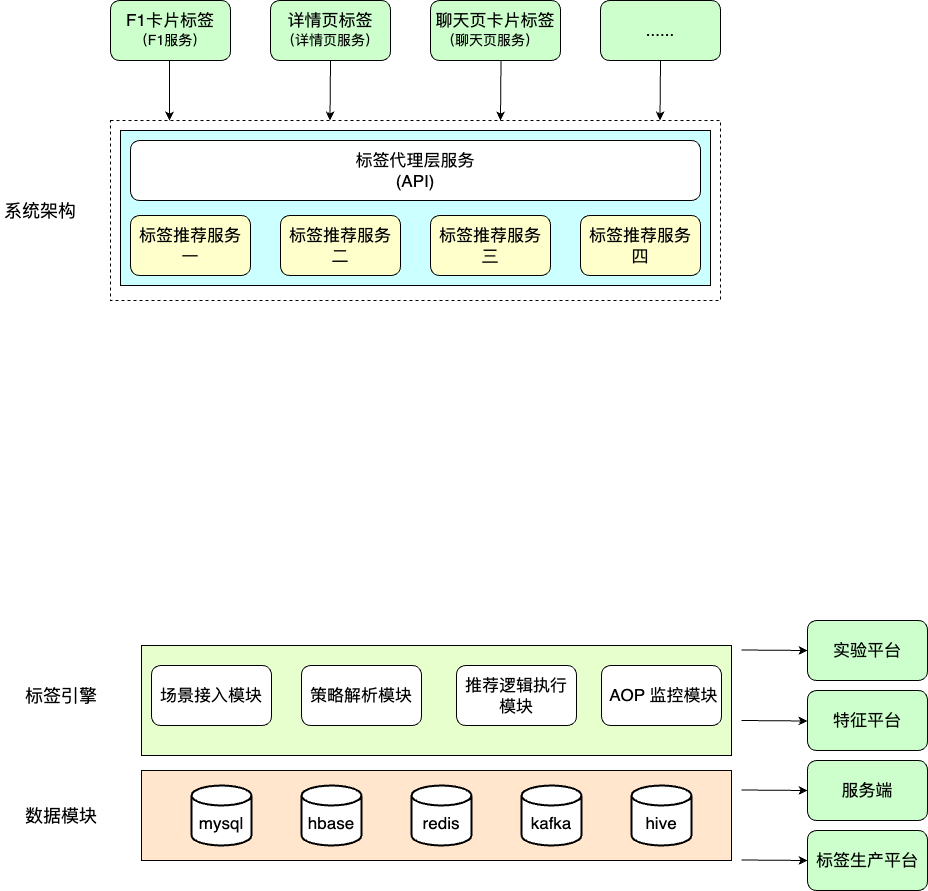
Earlier version of the draw.io export work-draw-file/标签平台架构图.png (liujunao/draw-data). Source tidied: cells renumbered, new cells last; positions are measured from the earlier drawing's top-left corner, leaving out a move shared by most shapes.
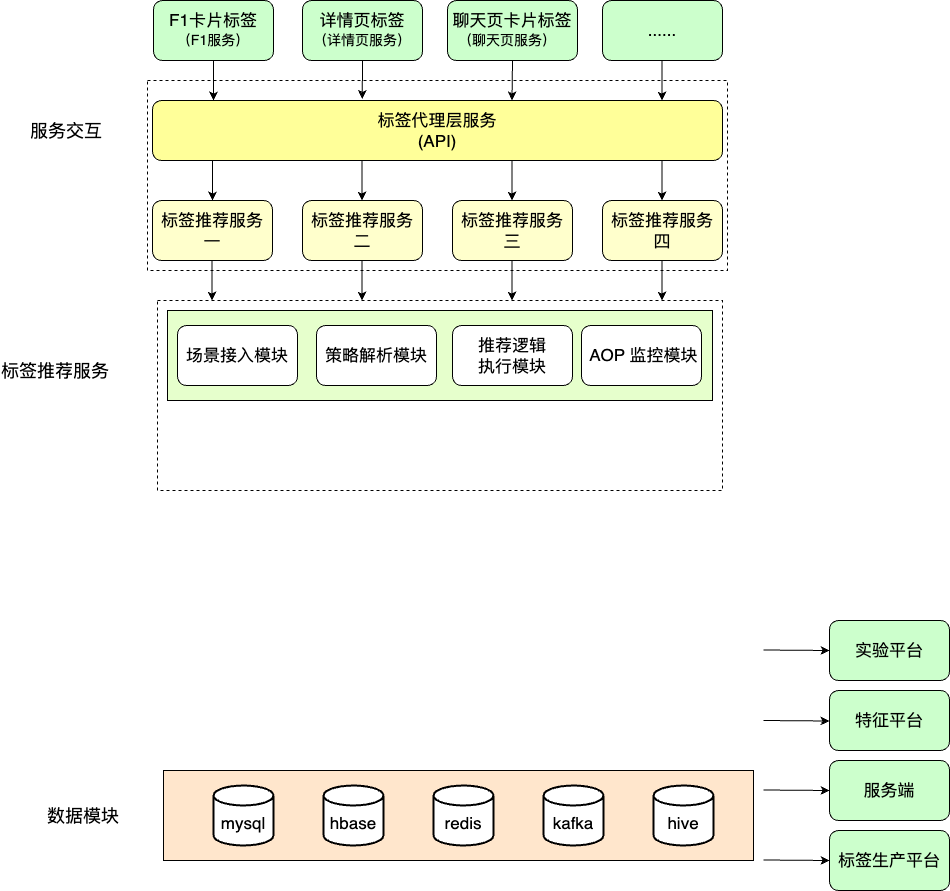
The same file after the commit.

Commit message:
更新标签平台架构图.png

Diff of the diagram source:
```diff
@@ -2,53 +2,53 @@
   <root>
     <mxCell id="0" />
     <mxCell id="1" parent="0" />
-    <mxCell id="2" style="rounded=0;whiteSpace=wrap;html=1;dashed=1;" parent="1" vertex="1">
-      <mxGeometry x="110" y="120" width="610" height="180" as="geometry" />
-    </mxCell>
+    <mxCell id="42" style="rounded=0;whiteSpace=wrap;html=1;dashed=1;" parent="1" vertex="1">
+      <mxGeometry x="125" y="80" width="580" height="190" as="geometry" />
+    </mxCell>
+    <mxCell id="43" style="rounded=0;whiteSpace=wrap;html=1;dashed=1;" parent="1" vertex="1">
+      <mxGeometry x="135" y="300" width="565" height="190" as="geometry" />
+    </mxCell>
     <mxCell id="3" style="rounded=0;whiteSpace=wrap;html=1;fillColor=#FFE6CC;" parent="1" vertex="1">
       <mxGeometry x="141" y="770" width="590" height="90" as="geometry" />
     </mxCell>
     <mxCell id="4" style="rounded=0;whiteSpace=wrap;html=1;fillColor=#E6FFCC;" parent="1" vertex="1">
-      <mxGeometry x="141" y="645" width="590" height="110" as="geometry" />
+      <mxGeometry x="145" y="310" width="545" height="90" as="geometry" />
     </mxCell>
-    <mxCell id="5" style="rounded=0;whiteSpace=wrap;html=1;fillColor=#CCFFFF;" parent="1" vertex="1">
-      <mxGeometry x="120" y="130" width="590" height="155" as="geometry" />
-    </mxCell>
     <mxCell id="6" value="&lt;font size=&quot;3&quot;&gt;F1卡片标签&lt;br&gt;&lt;br&gt;&lt;/font&gt;" style="rounded=1;whiteSpace=wrap;html=1;fillColor=#CCFFCC;" parent="1" vertex="1">
-      <mxGeometry x="110" width="120" height="60" as="geometry" />
+      <mxGeometry x="131" width="120" height="60" as="geometry" />
     </mxCell>
     <mxCell id="7" value="&lt;font size=&quot;3&quot;&gt;详情页标签&lt;br&gt;&lt;br&gt;&lt;/font&gt;" style="rounded=1;whiteSpace=wrap;html=1;fillColor=#CCFFCC;" parent="1" vertex="1">
-      <mxGeometry x="270" width="120" height="60" as="geometry" />
+      <mxGeometry x="280" width="120" height="60" as="geometry" />
     </mxCell>
     <mxCell id="8" value="&lt;font size=&quot;3&quot;&gt;聊天页卡片标签&lt;br&gt;&lt;br&gt;&lt;/font&gt;" style="rounded=1;whiteSpace=wrap;html=1;fillColor=#CCFFCC;" parent="1" vertex="1">
-      <mxGeometry x="430" width="130" height="60" as="geometry" />
+      <mxGeometry x="425" width="130" height="60" as="geometry" />
     </mxCell>
     <mxCell id="9" value="&lt;font size=&quot;3&quot;&gt;......&lt;br&gt;&lt;/font&gt;" style="rounded=1;whiteSpace=wrap;html=1;fillColor=#CCFFCC;" parent="1" vertex="1">
-      <mxGeometry x="600" width="120" height="60" as="geometry" />
+      <mxGeometry x="580" width="120" height="60" as="geometry" />
     </mxCell>
-    <mxCell id="10" value="&lt;font size=&quot;3&quot;&gt;标签代理层服务&lt;br&gt;(API)&lt;br&gt;&lt;/font&gt;" style="rounded=1;whiteSpace=wrap;html=1;" parent="1" vertex="1">
-      <mxGeometry x="130" y="140" width="570" height="60" as="geometry" />
+    <mxCell id="10" value="&lt;font size=&quot;3&quot;&gt;标签代理层服务&lt;br&gt;(API)&lt;br&gt;&lt;/font&gt;" style="rounded=1;whiteSpace=wrap;html=1;fillColor=#FFFF99;" parent="1" vertex="1">
+      <mxGeometry x="130" y="100" width="570" height="60" as="geometry" />
     </mxCell>
     <mxCell id="11" value="&lt;font size=&quot;3&quot;&gt;标签推荐服务一&lt;/font&gt;" style="rounded=1;whiteSpace=wrap;html=1;fillColor=#FFFFCC;" parent="1" vertex="1">
-      <mxGeometry x="130" y="215" width="120" height="60" as="geometry" />
+      <mxGeometry x="130" y="200" width="120" height="60" as="geometry" />
     </mxCell>
     <mxCell id="12" value="&lt;font size=&quot;3&quot;&gt;标签推荐服务二&lt;/font&gt;" style="rounded=1;whiteSpace=wrap;html=1;fillColor=#FFFFCC;" parent="1" vertex="1">
-      <mxGeometry x="280" y="215" width="120" height="60" as="geometry" />
+      <mxGeometry x="280" y="200" width="120" height="60" as="geometry" />
     </mxCell>
     <mxCell id="13" value="&lt;font size=&quot;3&quot;&gt;标签推荐服务三&lt;/font&gt;" style="rounded=1;whiteSpace=wrap;html=1;fillColor=#FFFFCC;" parent="1" vertex="1">
-      <mxGeometry x="430" y="215" width="120" height="60" as="geometry" />
+      <mxGeometry x="430" y="200" width="120" height="60" as="geometry" />
     </mxCell>
     <mxCell id="14" value="&lt;font size=&quot;3&quot;&gt;标签推荐服务四&lt;/font&gt;" style="rounded=1;whiteSpace=wrap;html=1;fillColor=#FFFFCC;" parent="1" vertex="1">
-      <mxGeometry x="580" y="215" width="120" height="60" as="geometry" />
+      <mxGeometry x="580" y="200" width="120" height="60" as="geometry" />
     </mxCell>
     <mxCell id="15" value="&lt;font size=&quot;3&quot;&gt;场景接入模块&lt;/font&gt;" style="rounded=1;whiteSpace=wrap;html=1;" parent="1" vertex="1">
-      <mxGeometry x="151" y="665" width="120" height="60" as="geometry" />
+      <mxGeometry x="155" y="325" width="120" height="60" as="geometry" />
     </mxCell>
     <mxCell id="16" value="&lt;font size=&quot;3&quot;&gt;策略解析模块&lt;/font&gt;" style="rounded=1;whiteSpace=wrap;html=1;" parent="1" vertex="1">
-      <mxGeometry x="301" y="665" width="120" height="60" as="geometry" />
+      <mxGeometry x="294" y="325" width="120" height="60" as="geometry" />
     </mxCell>
-    <mxCell id="17" value="&lt;font size=&quot;3&quot;&gt;推荐逻辑执行模块&lt;/font&gt;" style="rounded=1;whiteSpace=wrap;html=1;" parent="1" vertex="1">
-      <mxGeometry x="456" y="665" width="120" height="60" as="geometry" />
+    <mxCell id="17" value="&lt;font size=&quot;3&quot;&gt;推荐逻辑&lt;br&gt;执行模块&lt;/font&gt;" style="rounded=1;whiteSpace=wrap;html=1;" parent="1" vertex="1">
+      <mxGeometry x="430" y="325" width="120" height="60" as="geometry" />
     </mxCell>
     <mxCell id="18" value="&lt;font size=&quot;3&quot;&gt;特征平台&lt;/font&gt;" style="rounded=1;whiteSpace=wrap;html=1;fillColor=#CCFFCC;" parent="1" vertex="1">
       <mxGeometry x="807" y="690" width="120" height="60" as="geometry" />
@@ -75,41 +75,39 @@
       <mxGeometry x="411" y="785" width="60" height="60" as="geometry" />
     </mxCell>
     <mxCell id="26" value="&lt;font size=&quot;3&quot;&gt;&amp;nbsp;AOP 监控模块&lt;/font&gt;" style="rounded=1;whiteSpace=wrap;html=1;" parent="1" vertex="1">
-      <mxGeometry x="601" y="665" width="120" height="60" as="geometry" />
+      <mxGeometry x="559" y="325" width="120" height="60" as="geometry" />
     </mxCell>
-    <mxCell id="27" value="&lt;font style=&quot;font-size: 18px;&quot;&gt;系统架构&lt;/font&gt;" style="text;html=1;strokeColor=none;fillColor=none;align=center;verticalAlign=middle;whiteSpace=wrap;rounded=0;" parent="1" vertex="1">
-      <mxGeometry y="195" width="80" height="30" as="geometry" />
+    <mxCell id="27" value="&lt;span style=&quot;font-size: 18px;&quot;&gt;服务交互&lt;/span&gt;" style="text;html=1;strokeColor=none;fillColor=none;align=center;verticalAlign=middle;whiteSpace=wrap;rounded=0;" parent="1" vertex="1">
+      <mxGeometry x="-13" y="115" width="114" height="30" as="geometry" />
     </mxCell>
-    <mxCell id="28" value="&lt;font style=&quot;font-size: 18px;&quot;&gt;标签引擎&lt;/font&gt;" style="text;html=1;strokeColor=none;fillColor=none;align=center;verticalAlign=middle;whiteSpace=wrap;rounded=0;" parent="1" vertex="1">
-      <mxGeometry x="6" y="680" width="110" height="30" as="geometry" />
+    <mxCell id="28" value="&lt;font style=&quot;font-size: 18px;&quot;&gt;标签推荐服务&lt;/font&gt;" style="text;html=1;strokeColor=none;fillColor=none;align=center;verticalAlign=middle;whiteSpace=wrap;rounded=0;" parent="1" vertex="1">
+      <mxGeometry x="-22.5" y="355" width="110" height="30" as="geometry" />
     </mxCell>
     <mxCell id="29" value="&lt;font style=&quot;font-size: 18px;&quot;&gt;数据模块&lt;/font&gt;" style="text;html=1;strokeColor=none;fillColor=none;align=center;verticalAlign=middle;whiteSpace=wrap;rounded=0;" parent="1" vertex="1">
       <mxGeometry x="21" y="800" width="80" height="30" as="geometry" />
     </mxCell>
     <mxCell id="30" value="&lt;font style=&quot;font-size: 14px;&quot;&gt;（F1服务）&lt;/font&gt;" style="text;html=1;strokeColor=none;fillColor=none;align=center;verticalAlign=middle;whiteSpace=wrap;rounded=0;" parent="1" vertex="1">
-      <mxGeometry x="130" y="30" width="80" height="20" as="geometry" />
+      <mxGeometry x="151" y="30" width="80" height="20" as="geometry" />
     </mxCell>
     <mxCell id="31" value="&lt;font style=&quot;font-size: 14px;&quot;&gt;（详情页服务）&lt;/font&gt;" style="text;html=1;strokeColor=none;fillColor=none;align=center;verticalAlign=middle;whiteSpace=wrap;rounded=0;" parent="1" vertex="1">
-      <mxGeometry x="280" y="30" width="100" height="20" as="geometry" />
+      <mxGeometry x="290" y="30" width="100" height="20" as="geometry" />
     </mxCell>
     <mxCell id="32" value="&lt;font style=&quot;font-size: 14px;&quot;&gt;（聊天页服务）&lt;/font&gt;" style="text;html=1;strokeColor=none;fillColor=none;align=center;verticalAlign=middle;whiteSpace=wrap;rounded=0;" parent="1" vertex="1">
-      <mxGeometry x="440" y="30" width="100" height="20" as="geometry" />
+      <mxGeometry x="435" y="30" width="100" height="20" as="geometry" />
     </mxCell>
     <mxCell id="33" style="endArrow=classic;html=1;rounded=0;" parent="1" edge="1">
       <mxGeometry relative="1" as="geometry">
-        <mxPoint x="169" y="60" as="sourcePoint" />
-        <mxPoint x="169" y="120" as="targetPoint" />
+        <mxPoint x="191" y="60" as="sourcePoint" />
+        <mxPoint x="191" y="100" as="targetPoint" />
       </mxGeometry>
     </mxCell>
-    <mxCell id="34" style="endArrow=classic;html=1;rounded=0;exitX=0.5;exitY=1;exitDx=0;exitDy=0;" parent="1" edge="1" source="7">
-      <mxGeometry relative="1" as="geometry">
-        <mxPoint x="329.5" y="120" as="targetPoint" />
-      </mxGeometry>
+    <mxCell id="34" style="endArrow=classic;html=1;rounded=0;exitX=0.5;exitY=1;exitDx=0;exitDy=0;entryX=0.368;entryY=-0.025;entryDx=0;entryDy=0;entryPerimeter=0;" parent="1" edge="1" source="7" target="10">
+      <mxGeometry relative="1" as="geometry" />
     </mxCell>
     <mxCell id="35" style="endArrow=classic;html=1;rounded=0;" parent="1" edge="1">
       <mxGeometry relative="1" as="geometry">
-        <mxPoint x="660" y="60" as="sourcePoint" />
-        <mxPoint x="659.5" y="120" as="targetPoint" />
+        <mxPoint x="639.5" y="60" as="sourcePoint" />
+        <mxPoint x="639.5" y="100" as="targetPoint" />
       </mxGeometry>
     </mxCell>
     <mxCell id="36" value="&lt;font size=&quot;3&quot;&gt;实验平台&lt;/font&gt;" style="rounded=1;whiteSpace=wrap;html=1;fillColor=#CCFFCC;" parent="1" vertex="1">
@@ -122,8 +120,8 @@
     </mxCell>
     <mxCell id="38" style="endArrow=classic;html=1;rounded=0;exitX=0.5;exitY=1;exitDx=0;exitDy=0;" parent="1" edge="1">
       <mxGeometry relative="1" as="geometry">
-        <mxPoint x="500.5" y="60" as="sourcePoint" />
-        <mxPoint x="500" y="120" as="targetPoint" />
+        <mxPoint x="490" y="60" as="sourcePoint" />
+        <mxPoint x="489.5" y="100" as="targetPoint" />
       </mxGeometry>
     </mxCell>
     <mxCell id="39" style="endArrow=classic;html=1;rounded=0;entryX=0;entryY=0.5;entryDx=0;entryDy=0;" parent="1" edge="1">
@@ -144,5 +142,53 @@
         <mxPoint x="807" y="860" as="targetPoint" />
       </mxGeometry>
     </mxCell>
+    <mxCell id="44" style="endArrow=classic;html=1;rounded=0;" parent="1" edge="1">
+      <mxGeometry relative="1" as="geometry">
+        <mxPoint x="190" y="160" as="sourcePoint" />
+        <mxPoint x="190" y="200" as="targetPoint" />
+      </mxGeometry>
+    </mxCell>
+    <mxCell id="45" style="endArrow=classic;html=1;rounded=0;" parent="1" edge="1">
+      <mxGeometry relative="1" as="geometry">
+        <mxPoint x="339.5" y="160" as="sourcePoint" />
+        <mxPoint x="339.5" y="200" as="targetPoint" />
+      </mxGeometry>
+    </mxCell>
+    <mxCell id="46" style="endArrow=classic;html=1;rounded=0;" parent="1" edge="1">
+      <mxGeometry relative="1" as="geometry">
+        <mxPoint x="489.5" y="160" as="sourcePoint" />
+        <mxPoint x="489.5" y="200" as="targetPoint" />
+      </mxGeometry>
+    </mxCell>
+    <mxCell id="47" style="endArrow=classic;html=1;rounded=0;" parent="1" edge="1">
+      <mxGeometry relative="1" as="geometry">
+        <mxPoint x="639.5" y="160" as="sourcePoint" />
+        <mxPoint x="639.5" y="200" as="targetPoint" />
+      </mxGeometry>
+    </mxCell>
+    <mxCell id="48" style="endArrow=classic;html=1;rounded=0;" parent="1" edge="1">
+      <mxGeometry relative="1" as="geometry">
+        <mxPoint x="189.5" y="260" as="sourcePoint" />
+        <mxPoint x="189.5" y="300" as="targetPoint" />
+      </mxGeometry>
+    </mxCell>
+    <mxCell id="49" style="endArrow=classic;html=1;rounded=0;" parent="1" edge="1">
+      <mxGeometry relative="1" as="geometry">
+        <mxPoint x="339.5" y="260" as="sourcePoint" />
+        <mxPoint x="339.5" y="300" as="targetPoint" />
+      </mxGeometry>
+    </mxCell>
+    <mxCell id="50" style="endArrow=classic;html=1;rounded=0;" parent="1" edge="1">
+      <mxGeometry relative="1" as="geometry">
+        <mxPoint x="489.5" y="260" as="sourcePoint" />
+        <mxPoint x="489.5" y="300" as="targetPoint" />
+      </mxGeometry>
+    </mxCell>
+    <mxCell id="51" style="endArrow=classic;html=1;rounded=0;" parent="1" edge="1">
+      <mxGeometry relative="1" as="geometry">
+        <mxPoint x="639.5" y="260" as="sourcePoint" />
+        <mxPoint x="639.5" y="300" as="targetPoint" />
+      </mxGeometry>
+    </mxCell>
   </root>
 </mxGraphModel>
```
